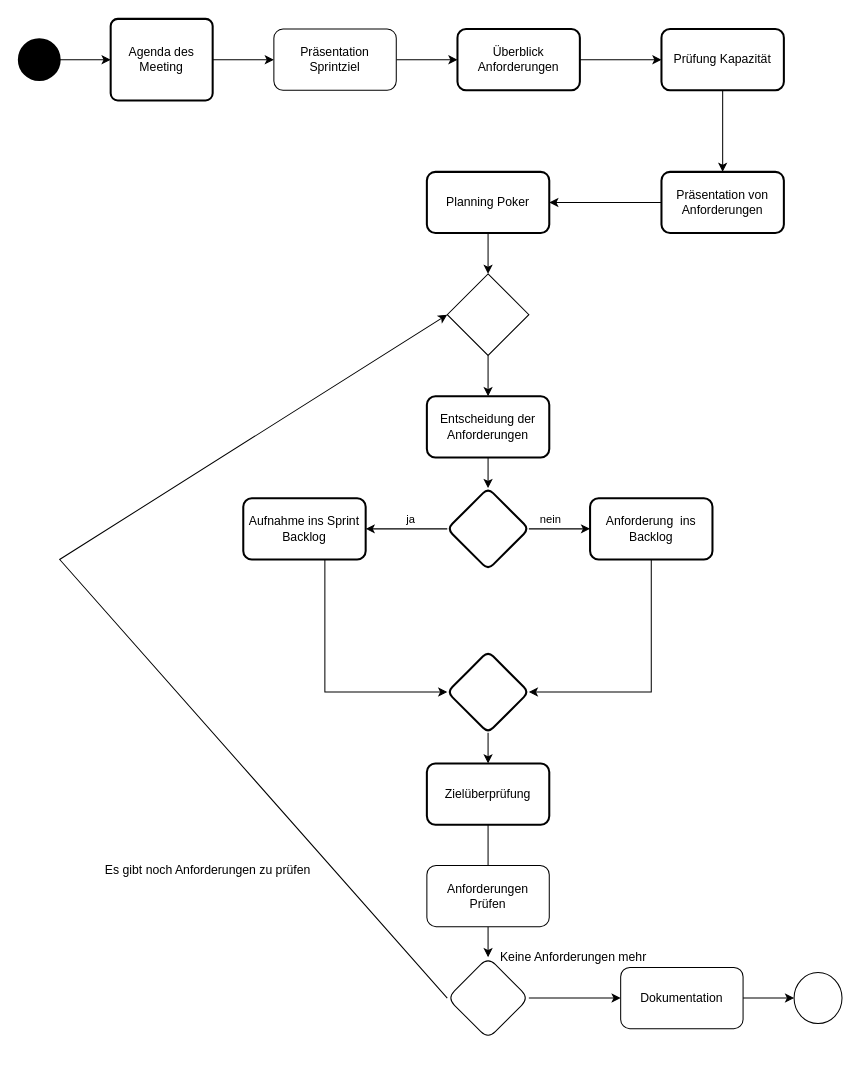
dhefel2s/Hbrs keeps this draw.io diagram as ü3.drawio. Above is the earlier version. Source tidied: cells renumbered, new cells numbered last; positions are measured from the earlier drawing's top-left corner, leaving out a move shared by most shapes. Both pictures are drawn from the tidied source at 102%, with x=0, y=0 at pixel (18, 18).
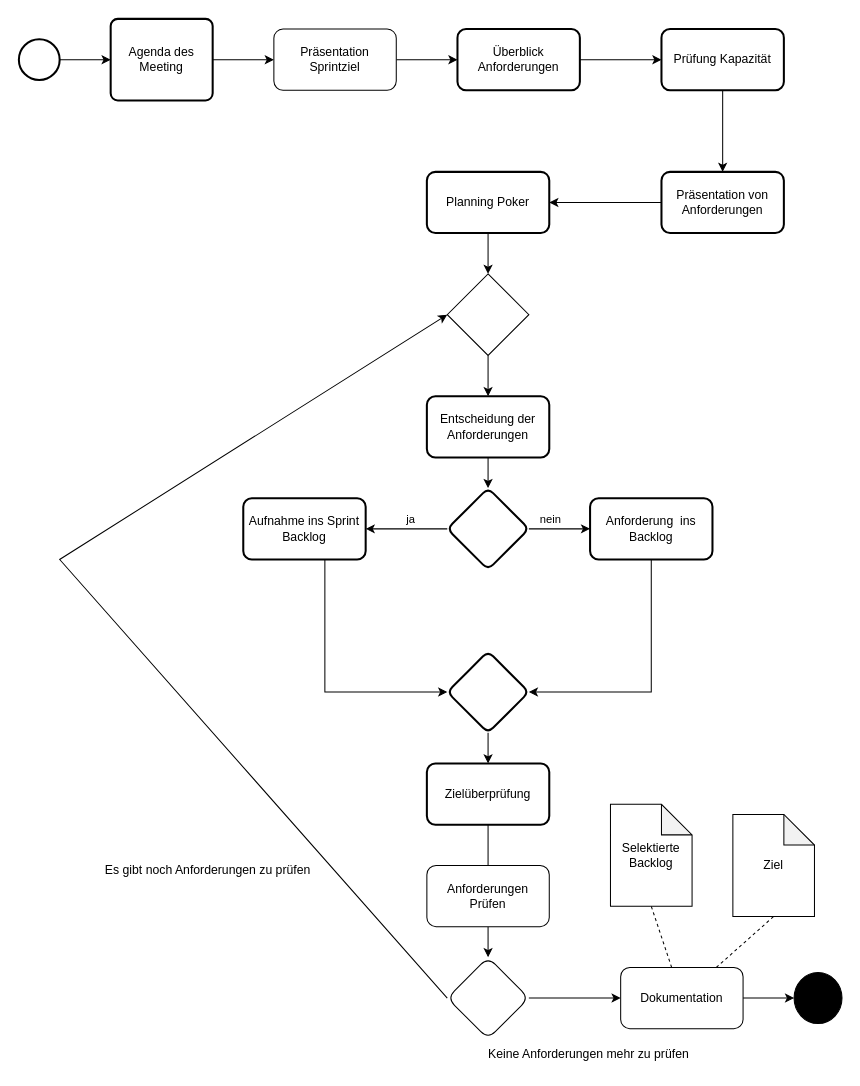
The same page after the edit.

Unchanged cells that the change refers to:
```xml
<mxCell id="41" value="Dokumentation" style="whiteSpace=wrap;html=1;rounded=1;" parent="1" vertex="1">
  <mxGeometry x="590" y="930" width="120" height="60" as="geometry" />
</mxCell>
```

The edit, as a diff of the source:
```diff
@@
-    <mxCell id="2" style="strokeWidth=2;html=1;shape=mxgraph.flowchart.start_2;whiteSpace=wrap;fillColor=#000000;" parent="1" vertex="1">
+    <mxCell id="2" style="strokeWidth=2;html=1;shape=mxgraph.flowchart.start_2;whiteSpace=wrap;" parent="1" vertex="1">
       <mxGeometry y="20" width="40" height="40" as="geometry" />
     </mxCell>
@@
-    <mxCell id="42" style="ellipse;whiteSpace=wrap;html=1;rounded=1;" parent="1" vertex="1">
+    <mxCell id="42" style="ellipse;whiteSpace=wrap;html=1;rounded=1;fillColor=#000000;" parent="1" vertex="1">
       <mxGeometry x="760" y="935" width="47" height="50" as="geometry" />
     </mxCell>
-    <mxCell id="43" value="Keine Anforderungen mehr&amp;nbsp;" style="text;html=1;align=center;verticalAlign=middle;strokeColor=none;fillColor=none;" parent="1" vertex="1">
-      <mxGeometry x="460" y="905" width="170" height="30" as="geometry" />
+    <mxCell id="43" value="Keine Anforderungen mehr zu prüfen&amp;nbsp;" style="text;html=1;align=center;verticalAlign=middle;strokeColor=none;fillColor=none;" parent="1" vertex="1">
+      <mxGeometry x="450" y="1000" width="220" height="30" as="geometry" />
     </mxCell>
+    <mxCell id="44" value="Ziel" style="shape=note;whiteSpace=wrap;html=1;backgroundOutline=1;darkOpacity=0.05;" parent="1" vertex="1">
+      <mxGeometry x="700" y="780" width="80" height="100" as="geometry" />
+    </mxCell>
+    <mxCell id="45" value="Selektierte Backlog" style="shape=note;whiteSpace=wrap;html=1;backgroundOutline=1;darkOpacity=0.05;" parent="1" vertex="1">
+      <mxGeometry x="580" y="770" width="80" height="100" as="geometry" />
+    </mxCell>
+    <mxCell id="46" style="endArrow=none;dashed=1;html=1;rounded=0;entryX=0.5;entryY=1;entryDx=0;entryDy=0;entryPerimeter=0;" parent="1" edge="1" source="41" target="44">
+      <mxGeometry relative="1" as="geometry" />
+    </mxCell>
+    <mxCell id="47" style="endArrow=none;dashed=1;html=1;rounded=0;entryX=0.5;entryY=1;entryDx=0;entryDy=0;entryPerimeter=0;" parent="1" edge="1" source="41" target="45">
+      <mxGeometry relative="1" as="geometry" />
+    </mxCell>
```
